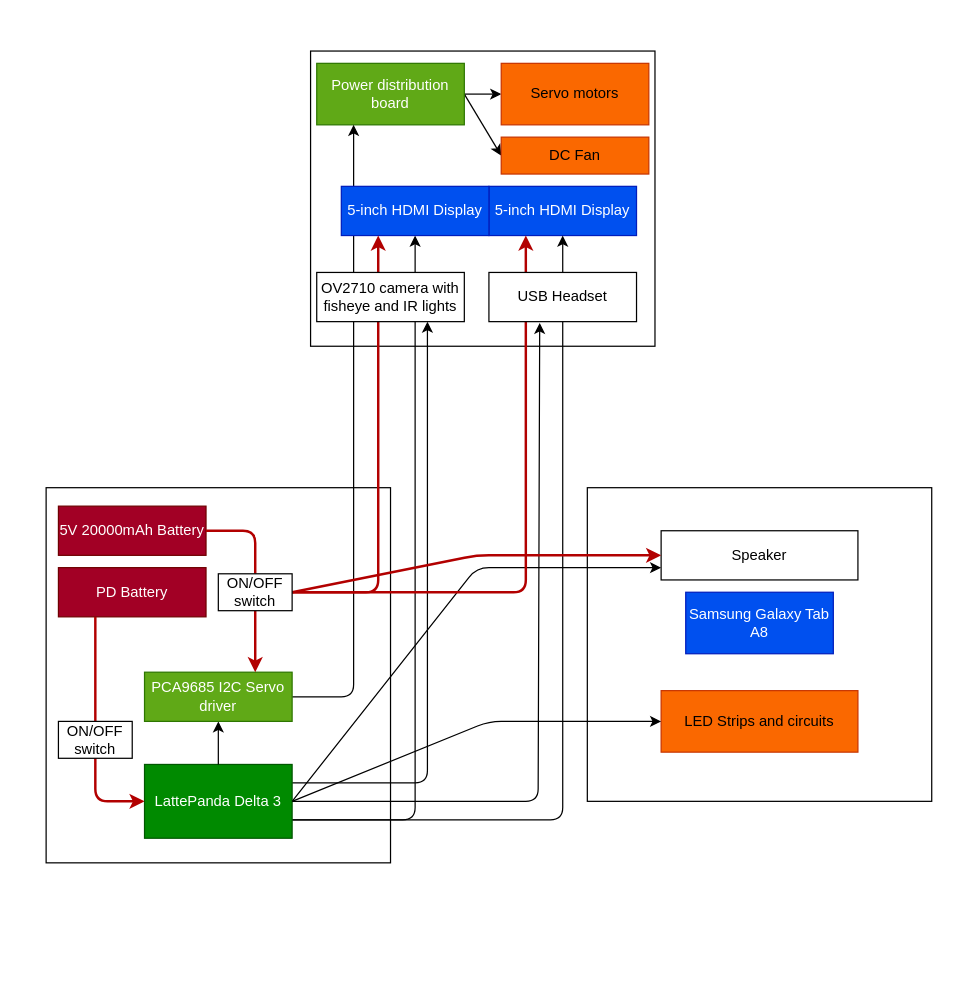
This is Hardware.drawio from MekhyW/DYNAMO-Electronic_Fursuit-2.0, a draw.io file, before an edit. Source tidied: cells renumbered, new cells numbered last; positions are measured from the earlier drawing's top-left corner, leaving out a move shared by most shapes. Both pictures are drawn from the tidied source at 123%, with x=0, y=0 at pixel (46, 50).
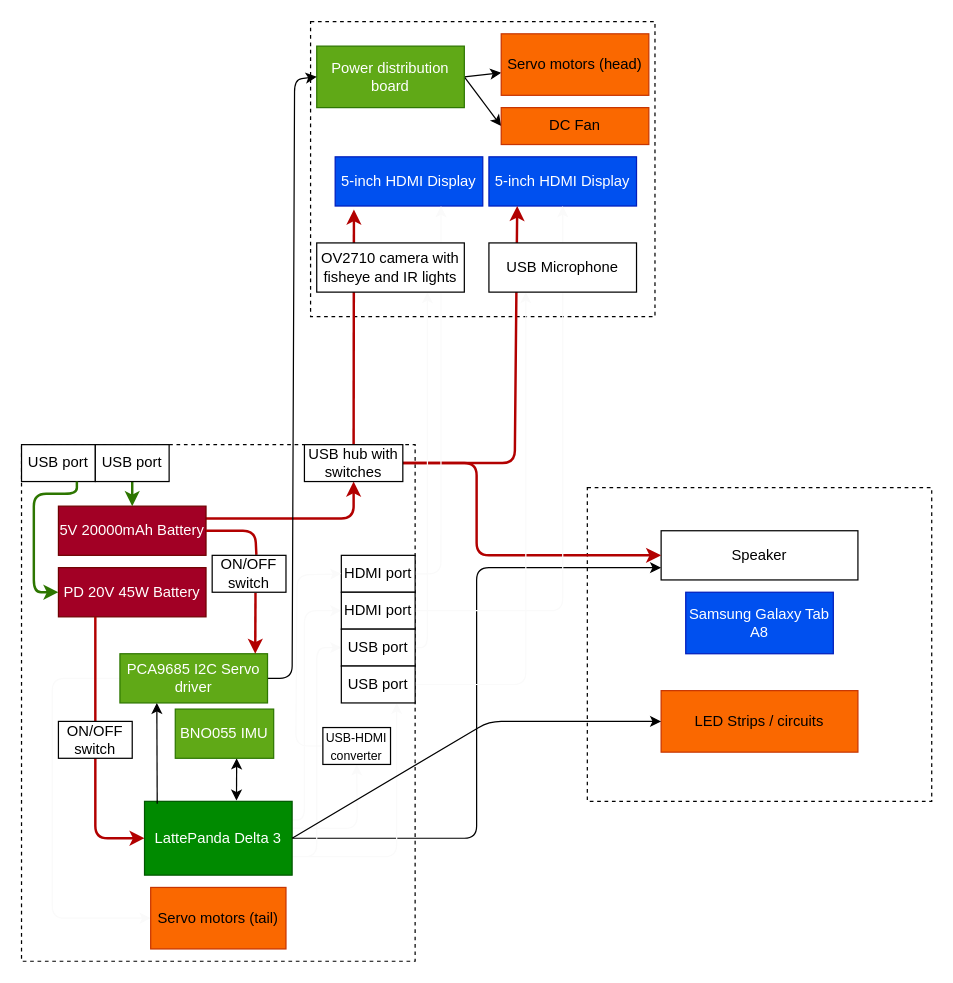
The same diagram, later.

Unchanged cells that the change refers to:
```xml
<mxCell id="12" value="5V 20000mAh Battery" style="rounded=0;whiteSpace=wrap;html=1;fillColor=#a20025;fontColor=#ffffff;strokeColor=#6F0000;" parent="1" vertex="1">
  <mxGeometry x="10" y="370" width="120" height="40" as="geometry" />
</mxCell>
<mxCell id="20" value="Speaker" style="rounded=0;whiteSpace=wrap;html=1;" parent="1" vertex="1">
  <mxGeometry x="500" y="390" width="160" height="40" as="geometry" />
</mxCell>
<mxCell id="25" value="ON/OFF switch" style="rounded=0;whiteSpace=wrap;html=1;" parent="1" vertex="1">
  <mxGeometry x="10" y="545" width="60" height="30" as="geometry" />
</mxCell>
```

Diff of the diagram source:
```diff
@@
-    <mxCell id="2" style="rounded=0;whiteSpace=wrap;html=1;" parent="1" vertex="1">
-      <mxGeometry x="215" width="280" height="240" as="geometry" />
+    <mxCell id="2" style="rounded=0;whiteSpace=wrap;html=1;dashed=1;" parent="1" vertex="1">
+      <mxGeometry x="215" y="-24" width="280" height="240" as="geometry" />
     </mxCell>
@@
     <mxCell id="5" value="Power distribution board" style="rounded=0;whiteSpace=wrap;html=1;fillColor=#60a917;fontColor=#ffffff;strokeColor=#2D7600;" parent="1" vertex="1">
-      <mxGeometry x="220" y="10" width="120" height="50" as="geometry" />
+      <mxGeometry x="220" y="-4" width="120" height="50" as="geometry" />
     </mxCell>
-    <mxCell id="6" value="Servo motors" style="rounded=0;whiteSpace=wrap;html=1;fillColor=#fa6800;fontColor=#000000;strokeColor=#C73500;" parent="1" vertex="1">
-      <mxGeometry x="370" y="10" width="120" height="50" as="geometry" />
+    <mxCell id="6" value="Servo motors (head)" style="rounded=0;whiteSpace=wrap;html=1;fillColor=#fa6800;fontColor=#000000;strokeColor=#C73500;" parent="1" vertex="1">
+      <mxGeometry x="370" y="-14" width="120" height="50" as="geometry" />
     </mxCell>
     <mxCell id="7" value="5-inch HDMI Display" style="rounded=0;whiteSpace=wrap;html=1;fillColor=#0050ef;fontColor=#ffffff;strokeColor=#001DBC;" parent="1" vertex="1">
-      <mxGeometry x="360" y="110" width="120" height="40" as="geometry" />
+      <mxGeometry x="360" y="86" width="120" height="40" as="geometry" />
     </mxCell>
-    <mxCell id="8" style="rounded=0;whiteSpace=wrap;html=1;" parent="1" vertex="1">
-      <mxGeometry y="355" width="280" height="305" as="geometry" />
+    <mxCell id="8" style="rounded=0;whiteSpace=wrap;html=1;dashed=1;" parent="1" vertex="1">
+      <mxGeometry x="-20" y="320" width="320" height="420" as="geometry" />
     </mxCell>
-    <mxCell id="9" style="rounded=0;whiteSpace=wrap;html=1;" parent="1" vertex="1">
+    <mxCell id="9" style="rounded=0;whiteSpace=wrap;html=1;dashed=1;" parent="1" vertex="1">
       <mxGeometry x="440" y="355" width="280" height="255" as="geometry" />
     </mxCell>
     <mxCell id="10" style="edgeStyle=none;html=1;exitX=0.5;exitY=1;exitDx=0;exitDy=0;entryX=0;entryY=0.5;entryDx=0;entryDy=0;startArrow=none;fillColor=#e51400;strokeColor=#B20000;strokeWidth=2;" parent="1" edge="1" source="25" target="18">
       <mxGeometry relative="1" as="geometry">
         <Array as="points">
-          <mxPoint x="40" y="610" />
+          <mxPoint x="40" y="640" />
         </Array>
       </mxGeometry>
     </mxCell>
-    <mxCell id="11" value="PD Battery" style="rounded=0;whiteSpace=wrap;html=1;fillColor=#a20025;fontColor=#ffffff;strokeColor=#6F0000;" parent="1" vertex="1">
+    <mxCell id="11" value="PD 20V 45W Battery" style="rounded=0;whiteSpace=wrap;html=1;fillColor=#a20025;fontColor=#ffffff;strokeColor=#6F0000;" parent="1" vertex="1">
       <mxGeometry x="10" y="420" width="120" height="40" as="geometry" />
     </mxCell>
+    <mxCell id="38" style="edgeStyle=none;html=1;exitX=1;exitY=0.25;exitDx=0;exitDy=0;entryX=0.5;entryY=1;entryDx=0;entryDy=0;strokeColor=#B20000;strokeWidth=2;startArrow=none;startFill=0;fillColor=#e51400;" parent="1" edge="1" source="12" target="51">
+      <mxGeometry relative="1" as="geometry">
+        <Array as="points">
+          <mxPoint x="250" y="380" />
+        </Array>
+      </mxGeometry>
+    </mxCell>
@@
     <mxCell id="13" style="edgeStyle=none;html=1;exitX=1;exitY=0.5;exitDx=0;exitDy=0;entryX=0;entryY=0.75;entryDx=0;entryDy=0;" parent="1" edge="1" source="18" target="20">
       <mxGeometry relative="1" as="geometry">
         <Array as="points">
+          <mxPoint x="350" y="640" />
           <mxPoint x="350" y="420" />
         </Array>
       </mxGeometry>
     </mxCell>
-    <mxCell id="14" style="edgeStyle=none;html=1;exitX=1;exitY=0.75;exitDx=0;exitDy=0;entryX=0.5;entryY=1;entryDx=0;entryDy=0;" parent="1" edge="1" source="18" target="7">
-      <mxGeometry relative="1" as="geometry">
-        <Array as="points">
-          <mxPoint x="420" y="625" />
-        </Array>
-      </mxGeometry>
-    </mxCell>
-    <mxCell id="15" style="edgeStyle=none;html=1;exitX=1;exitY=0.75;exitDx=0;exitDy=0;entryX=0.5;entryY=1;entryDx=0;entryDy=0;" parent="1" edge="1" source="18" target="26">
-      <mxGeometry relative="1" as="geometry">
-        <Array as="points">
-          <mxPoint x="300" y="625" />
-        </Array>
-      </mxGeometry>
-    </mxCell>
-    <mxCell id="16" style="edgeStyle=none;html=1;exitX=1;exitY=0.25;exitDx=0;exitDy=0;entryX=0.75;entryY=1;entryDx=0;entryDy=0;" parent="1" edge="1" source="18" target="34">
-      <mxGeometry relative="1" as="geometry">
-        <Array as="points">
-          <mxPoint x="310" y="595" />
-        </Array>
-      </mxGeometry>
-    </mxCell>
-    <mxCell id="17" style="edgeStyle=none;html=1;exitX=1;exitY=0.5;exitDx=0;exitDy=0;entryX=0.344;entryY=1.025;entryDx=0;entryDy=0;entryPerimeter=0;" parent="1" edge="1" source="18" target="33">
-      <mxGeometry relative="1" as="geometry">
-        <Array as="points">
-          <mxPoint x="400" y="610" />
-        </Array>
-      </mxGeometry>
-    </mxCell>
+    <mxCell id="39" style="edgeStyle=none;html=1;exitX=1;exitY=0.25;exitDx=0;exitDy=0;entryX=0;entryY=0.5;entryDx=0;entryDy=0;strokeColor=#FAFAFA;strokeWidth=1;startArrow=none;startFill=0;" parent="1" edge="1" source="18" target="55">
+      <mxGeometry relative="1" as="geometry">
+        <Array as="points">
+          <mxPoint x="210" y="625" />
+          <mxPoint x="210" y="455" />
+        </Array>
+      </mxGeometry>
+    </mxCell>
+    <mxCell id="40" style="edgeStyle=none;html=1;exitX=1;exitY=0.362;exitDx=0;exitDy=0;entryX=0.5;entryY=1;entryDx=0;entryDy=0;strokeColor=#FAFAFA;strokeWidth=1;fontSize=8;startArrow=none;startFill=0;exitPerimeter=0;" parent="1" edge="1" source="18" target="61">
+      <mxGeometry relative="1" as="geometry">
+        <Array as="points">
+          <mxPoint x="253" y="632" />
+        </Array>
+      </mxGeometry>
+    </mxCell>
+    <mxCell id="41" style="edgeStyle=none;html=1;exitX=1;exitY=0.75;exitDx=0;exitDy=0;entryX=0;entryY=0.5;entryDx=0;entryDy=0;strokeColor=#FAFAFA;strokeWidth=1;fontSize=8;startArrow=none;startFill=0;" parent="1" edge="1" source="18" target="57">
+      <mxGeometry relative="1" as="geometry">
+        <Array as="points">
+          <mxPoint x="220" y="655" />
+          <mxPoint x="220" y="485" />
+        </Array>
+      </mxGeometry>
+    </mxCell>
+    <mxCell id="42" style="edgeStyle=none;html=1;exitX=1;exitY=0.75;exitDx=0;exitDy=0;entryX=0.75;entryY=1;entryDx=0;entryDy=0;strokeColor=#FAFAFA;strokeWidth=1;fontSize=8;startArrow=none;startFill=0;" parent="1" edge="1" source="18" target="59">
+      <mxGeometry relative="1" as="geometry">
+        <Array as="points">
+          <mxPoint x="285" y="655" />
+        </Array>
+      </mxGeometry>
+    </mxCell>
     <mxCell id="18" value="LattePanda Delta 3" style="rounded=0;whiteSpace=wrap;html=1;fillColor=#008a00;fontColor=#ffffff;strokeColor=#005700;" parent="1" vertex="1">
-      <mxGeometry x="80" y="580" width="120" height="60" as="geometry" />
+      <mxGeometry x="80" y="610" width="120" height="60" as="geometry" />
     </mxCell>
-    <mxCell id="19" style="edgeStyle=none;html=1;exitX=0.5;exitY=0;exitDx=0;exitDy=0;entryX=0.5;entryY=1;entryDx=0;entryDy=0;" parent="1" edge="1" source="18" target="23">
-      <mxGeometry relative="1" as="geometry" />
-    </mxCell>
@@
-    <mxCell id="22" style="edgeStyle=none;html=1;exitX=1;exitY=0.5;exitDx=0;exitDy=0;entryX=0.25;entryY=1;entryDx=0;entryDy=0;" parent="1" edge="1" source="23" target="5">
+    <mxCell id="22" style="edgeStyle=none;html=1;exitX=1;exitY=0.5;exitDx=0;exitDy=0;entryX=0;entryY=0.5;entryDx=0;entryDy=0;" parent="1" edge="1" source="23" target="5">
       <mxGeometry relative="1" as="geometry">
         <Array as="points">
-          <mxPoint x="250" y="525" />
+          <mxPoint x="200" y="510" />
+          <mxPoint x="202" y="23" />
         </Array>
       </mxGeometry>
     </mxCell>
+    <mxCell id="43" style="edgeStyle=none;html=1;exitX=0;exitY=0.5;exitDx=0;exitDy=0;entryX=0;entryY=0.5;entryDx=0;entryDy=0;strokeColor=#FAFAFA;strokeWidth=1;startArrow=none;startFill=0;" parent="1" edge="1" source="23" target="44">
+      <mxGeometry relative="1" as="geometry">
+        <Array as="points">
+          <mxPoint x="5" y="510" />
+          <mxPoint x="5" y="705" />
+        </Array>
+      </mxGeometry>
+    </mxCell>
     <mxCell id="23" value="PCA9685 I2C Servo driver" style="rounded=0;whiteSpace=wrap;html=1;fillColor=#60a917;fontColor=#ffffff;strokeColor=#2D7600;" parent="1" vertex="1">
-      <mxGeometry x="80" y="505" width="120" height="40" as="geometry" />
+      <mxGeometry x="60" y="490" width="120" height="40" as="geometry" />
     </mxCell>
@@
     <mxCell id="26" value="5-inch HDMI Display" style="rounded=0;whiteSpace=wrap;html=1;fillColor=#0050ef;fontColor=#ffffff;strokeColor=#001DBC;" parent="1" vertex="1">
-      <mxGeometry x="240" y="110" width="120" height="40" as="geometry" />
+      <mxGeometry x="235" y="86" width="120" height="40" as="geometry" />
     </mxCell>
-    <mxCell id="27" style="edgeStyle=none;html=1;exitX=1;exitY=0.5;exitDx=0;exitDy=0;entryX=0.5;entryY=0;entryDx=0;entryDy=0;endArrow=none;fillColor=#e51400;strokeColor=#B20000;strokeWidth=2;" parent="1" edge="1" source="12" target="32">
+    <mxCell id="27" style="edgeStyle=none;html=1;exitX=1;exitY=0.5;exitDx=0;exitDy=0;entryX=0.599;entryY=-0.014;entryDx=0;entryDy=0;endArrow=none;fillColor=#e51400;strokeColor=#B20000;strokeWidth=2;entryPerimeter=0;" parent="1" edge="1" source="12" target="32">
       <mxGeometry relative="1" as="geometry">
         <Array as="points">
           <mxPoint x="170" y="390" />
         </Array>
       </mxGeometry>
     </mxCell>
-    <mxCell id="28" style="edgeStyle=none;html=1;exitX=0.5;exitY=1;exitDx=0;exitDy=0;entryX=0.75;entryY=0;entryDx=0;entryDy=0;fillColor=#e51400;strokeColor=#B20000;strokeWidth=2;" parent="1" edge="1" source="32" target="23">
-      <mxGeometry relative="1" as="geometry" />
+    <mxCell id="28" style="edgeStyle=none;html=1;exitX=0.587;exitY=1.023;exitDx=0;exitDy=0;fillColor=#e51400;strokeColor=#B20000;strokeWidth=2;exitPerimeter=0;" parent="1" edge="1" source="32">
+      <mxGeometry relative="1" as="geometry">
+        <mxPoint x="170" y="490" as="targetPoint" />
+      </mxGeometry>
     </mxCell>
-    <mxCell id="29" style="edgeStyle=none;html=1;exitX=1;exitY=0.5;exitDx=0;exitDy=0;entryX=0.25;entryY=1;entryDx=0;entryDy=0;fillColor=#e51400;strokeColor=#B20000;strokeWidth=2;" parent="1" edge="1" source="32" target="26">
-      <mxGeometry relative="1" as="geometry">
-        <Array as="points">
-          <mxPoint x="270" y="440" />
-        </Array>
-      </mxGeometry>
+    <mxCell id="29" style="edgeStyle=none;html=1;exitX=0.5;exitY=0;exitDx=0;exitDy=0;entryX=0.127;entryY=1.073;entryDx=0;entryDy=0;fillColor=#e51400;strokeColor=#B20000;strokeWidth=2;entryPerimeter=0;" parent="1" edge="1" source="51" target="26">
+      <mxGeometry relative="1" as="geometry" />
     </mxCell>
-    <mxCell id="30" style="edgeStyle=none;html=1;exitX=1;exitY=0.5;exitDx=0;exitDy=0;entryX=0.25;entryY=1;entryDx=0;entryDy=0;fillColor=#e51400;strokeColor=#B20000;strokeWidth=2;" parent="1" edge="1" source="32" target="7">
+    <mxCell id="30" style="edgeStyle=none;html=1;exitX=1;exitY=0.5;exitDx=0;exitDy=0;fillColor=#e51400;strokeColor=#B20000;strokeWidth=2;" parent="1" edge="1" source="51">
       <mxGeometry relative="1" as="geometry">
+        <mxPoint x="383" y="126" as="targetPoint" />
         <Array as="points">
-          <mxPoint x="390" y="440" />
+          <mxPoint x="381" y="335" />
         </Array>
       </mxGeometry>
     </mxCell>
-    <mxCell id="31" style="edgeStyle=none;html=1;exitX=1;exitY=0.5;exitDx=0;exitDy=0;entryX=0;entryY=0.5;entryDx=0;entryDy=0;fillColor=#e51400;strokeColor=#B20000;strokeWidth=2;" parent="1" edge="1" source="32" target="20">
+    <mxCell id="31" style="edgeStyle=none;html=1;exitX=1;exitY=0.5;exitDx=0;exitDy=0;entryX=0;entryY=0.5;entryDx=0;entryDy=0;fillColor=#e51400;strokeColor=#B20000;strokeWidth=2;" parent="1" edge="1" source="51" target="20">
       <mxGeometry relative="1" as="geometry">
         <Array as="points">
+          <mxPoint x="350" y="335" />
           <mxPoint x="350" y="410" />
         </Array>
       </mxGeometry>
     </mxCell>
     <mxCell id="32" value="ON/OFF switch" style="rounded=0;whiteSpace=wrap;html=1;" parent="1" vertex="1">
-      <mxGeometry x="140" y="425" width="60" height="30" as="geometry" />
+      <mxGeometry x="135" y="410" width="60" height="30" as="geometry" />
     </mxCell>
-    <mxCell id="33" value="USB Headset" style="rounded=0;whiteSpace=wrap;html=1;" parent="1" vertex="1">
-      <mxGeometry x="360" y="180" width="120" height="40" as="geometry" />
-    </mxCell>
-    <mxCell id="34" value="OV2710 camera with fisheye and IR lights" style="rounded=0;whiteSpace=wrap;html=1;" parent="1" vertex="1">
-      <mxGeometry x="220" y="180" width="120" height="40" as="geometry" />
-    </mxCell>
     <mxCell id="35" value="DC Fan" style="rounded=0;whiteSpace=wrap;html=1;fillColor=#fa6800;fontColor=#000000;strokeColor=#C73500;" parent="1" vertex="1">
-      <mxGeometry x="370" y="70" width="120" height="30" as="geometry" />
+      <mxGeometry x="370" y="46" width="120" height="30" as="geometry" />
     </mxCell>
-    <mxCell id="36" value="LED Strips and circuits" style="rounded=0;whiteSpace=wrap;html=1;fillColor=#fa6800;fontColor=#000000;strokeColor=#C73500;" parent="1" vertex="1">
+    <mxCell id="36" value="LED Strips / circuits" style="rounded=0;whiteSpace=wrap;html=1;fillColor=#fa6800;fontColor=#000000;strokeColor=#C73500;" parent="1" vertex="1">
       <mxGeometry x="500" y="520" width="160" height="50" as="geometry" />
     </mxCell>
@@
+    <mxCell id="44" value="Servo motors (tail)" style="rounded=0;whiteSpace=wrap;html=1;fillColor=#fa6800;fontColor=#000000;strokeColor=#C73500;" parent="1" vertex="1">
+      <mxGeometry x="85" y="680" width="110" height="50" as="geometry" />
+    </mxCell>
+    <mxCell id="45" style="edgeStyle=none;html=1;entryX=0.623;entryY=-0.01;entryDx=0;entryDy=0;exitX=0.624;exitY=1;exitDx=0;exitDy=0;exitPerimeter=0;startArrow=classic;startFill=1;entryPerimeter=0;" parent="1" edge="1" source="46" target="18">
+      <mxGeometry relative="1" as="geometry" />
+    </mxCell>
+    <mxCell id="46" value="BNO055 IMU" style="rounded=0;whiteSpace=wrap;html=1;fillColor=#60a917;fontColor=#ffffff;strokeColor=#2D7600;" parent="1" vertex="1">
+      <mxGeometry x="105" y="535" width="80" height="40" as="geometry" />
+    </mxCell>
+    <mxCell id="19" style="edgeStyle=none;html=1;exitX=0.086;exitY=0.031;exitDx=0;exitDy=0;entryX=0.25;entryY=1;entryDx=0;entryDy=0;exitPerimeter=0;" parent="1" edge="1" source="18" target="23">
+      <mxGeometry relative="1" as="geometry" />
+    </mxCell>
+    <mxCell id="47" value="USB port" style="rounded=0;whiteSpace=wrap;html=1;" parent="1" vertex="1">
+      <mxGeometry x="-20" y="320" width="60" height="30" as="geometry" />
+    </mxCell>
+    <mxCell id="48" style="edgeStyle=none;html=1;exitX=0.75;exitY=1;exitDx=0;exitDy=0;entryX=0;entryY=0.5;entryDx=0;entryDy=0;strokeColor=#2D7600;strokeWidth=2;startArrow=none;startFill=0;fillColor=#60a917;" parent="1" edge="1" source="47" target="11">
+      <mxGeometry relative="1" as="geometry">
+        <Array as="points">
+          <mxPoint x="25" y="360" />
+          <mxPoint x="-10" y="360" />
+          <mxPoint x="-10" y="440" />
+        </Array>
+      </mxGeometry>
+    </mxCell>
+    <mxCell id="49" style="edgeStyle=none;html=1;exitX=0.5;exitY=1;exitDx=0;exitDy=0;entryX=0.5;entryY=0;entryDx=0;entryDy=0;strokeColor=#2D7600;strokeWidth=2;startArrow=none;startFill=0;fillColor=#60a917;" parent="1" edge="1" source="50" target="12">
+      <mxGeometry relative="1" as="geometry" />
+    </mxCell>
+    <mxCell id="50" value="USB port" style="rounded=0;whiteSpace=wrap;html=1;" parent="1" vertex="1">
+      <mxGeometry x="40" y="320" width="60" height="30" as="geometry" />
+    </mxCell>
+    <mxCell id="51" value="USB hub with switches" style="rounded=0;whiteSpace=wrap;html=1;" parent="1" vertex="1">
+      <mxGeometry x="210" y="320" width="80" height="30" as="geometry" />
+    </mxCell>
+    <mxCell id="52" style="edgeStyle=none;html=1;exitX=1;exitY=0.5;exitDx=0;exitDy=0;entryX=0.717;entryY=1;entryDx=0;entryDy=0;strokeColor=#FAFAFA;strokeWidth=1;startArrow=none;startFill=0;entryPerimeter=0;" parent="1" edge="1" source="53" target="26">
+      <mxGeometry relative="1" as="geometry">
+        <Array as="points">
+          <mxPoint x="321" y="425" />
+        </Array>
+      </mxGeometry>
+    </mxCell>
+    <mxCell id="53" value="HDMI port" style="rounded=0;whiteSpace=wrap;html=1;" parent="1" vertex="1">
+      <mxGeometry x="240" y="410" width="60" height="30" as="geometry" />
+    </mxCell>
+    <mxCell id="54" style="edgeStyle=none;html=1;exitX=1;exitY=0.5;exitDx=0;exitDy=0;entryX=0.5;entryY=1;entryDx=0;entryDy=0;strokeColor=#FAFAFA;strokeWidth=1;startArrow=none;startFill=0;" parent="1" edge="1" source="55" target="7">
+      <mxGeometry relative="1" as="geometry">
+        <Array as="points">
+          <mxPoint x="420" y="455" />
+        </Array>
+      </mxGeometry>
+    </mxCell>
+    <mxCell id="55" value="HDMI port" style="rounded=0;whiteSpace=wrap;html=1;" parent="1" vertex="1">
+      <mxGeometry x="240" y="440" width="60" height="30" as="geometry" />
+    </mxCell>
+    <mxCell id="56" style="edgeStyle=none;html=1;exitX=1;exitY=0.5;exitDx=0;exitDy=0;entryX=0.75;entryY=1;entryDx=0;entryDy=0;strokeColor=#FAFAFA;strokeWidth=1;fontSize=8;startArrow=none;startFill=0;" parent="1" edge="1" source="57" target="34">
+      <mxGeometry relative="1" as="geometry">
+        <Array as="points">
+          <mxPoint x="310" y="485" />
+        </Array>
+      </mxGeometry>
+    </mxCell>
+    <mxCell id="57" value="USB port" style="rounded=0;whiteSpace=wrap;html=1;" parent="1" vertex="1">
+      <mxGeometry x="240" y="470" width="60" height="30" as="geometry" />
+    </mxCell>
+    <mxCell id="58" style="edgeStyle=none;html=1;exitX=1;exitY=0.5;exitDx=0;exitDy=0;entryX=0.25;entryY=1;entryDx=0;entryDy=0;strokeColor=#FAFAFA;strokeWidth=1;fontSize=8;startArrow=none;startFill=0;" parent="1" edge="1" source="59" target="33">
+      <mxGeometry relative="1" as="geometry">
+        <Array as="points">
+          <mxPoint x="390" y="515" />
+        </Array>
+      </mxGeometry>
+    </mxCell>
+    <mxCell id="59" value="USB port" style="rounded=0;whiteSpace=wrap;html=1;" parent="1" vertex="1">
+      <mxGeometry x="240" y="500" width="60" height="30" as="geometry" />
+    </mxCell>
+    <mxCell id="34" value="OV2710 camera with fisheye and IR lights" style="rounded=0;whiteSpace=wrap;html=1;" parent="1" vertex="1">
+      <mxGeometry x="220" y="156" width="120" height="40" as="geometry" />
+    </mxCell>
+    <mxCell id="33" value="USB Microphone" style="rounded=0;whiteSpace=wrap;html=1;" parent="1" vertex="1">
+      <mxGeometry x="360" y="156" width="120" height="40" as="geometry" />
+    </mxCell>
+    <mxCell id="60" style="edgeStyle=none;html=1;exitX=0;exitY=0.5;exitDx=0;exitDy=0;entryX=0;entryY=0.5;entryDx=0;entryDy=0;strokeColor=#FAFAFA;strokeWidth=1;fontSize=8;startArrow=none;startFill=0;" parent="1" edge="1" source="61" target="53">
+      <mxGeometry relative="1" as="geometry">
+        <Array as="points">
+          <mxPoint x="203" y="565" />
+          <mxPoint x="204" y="426" />
+        </Array>
+      </mxGeometry>
+    </mxCell>
+    <mxCell id="61" value="&lt;font style=&quot;font-size: 10px;&quot;&gt;USB-HDMI converter&lt;/font&gt;" style="rounded=0;whiteSpace=wrap;html=1;" parent="1" vertex="1">
+      <mxGeometry x="225" y="550" width="55" height="30" as="geometry" />
+    </mxCell>
```
